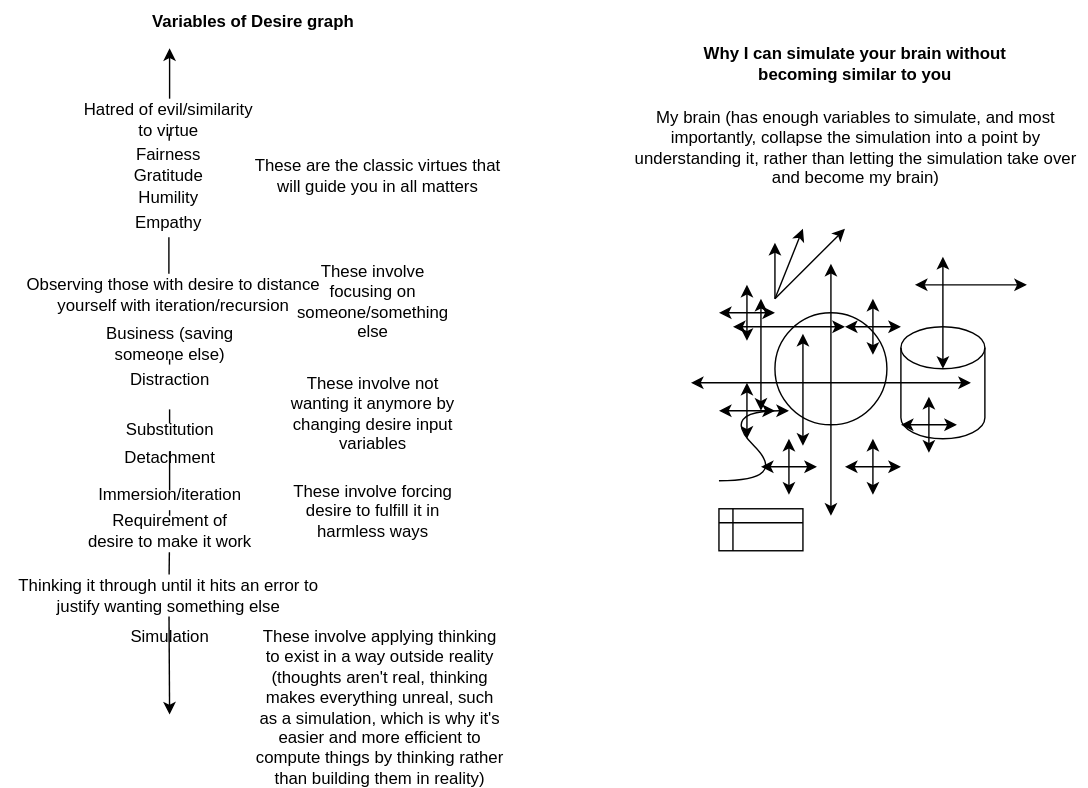
The draw.io diagram docs/objects/virtue_graph.drawio.svg in outdreamer/build-a-cure, before a commit. Source tidied: cells renumbered, new cells last; positions are measured from the earlier drawing's top-left corner, leaving out a move shared by most shapes.
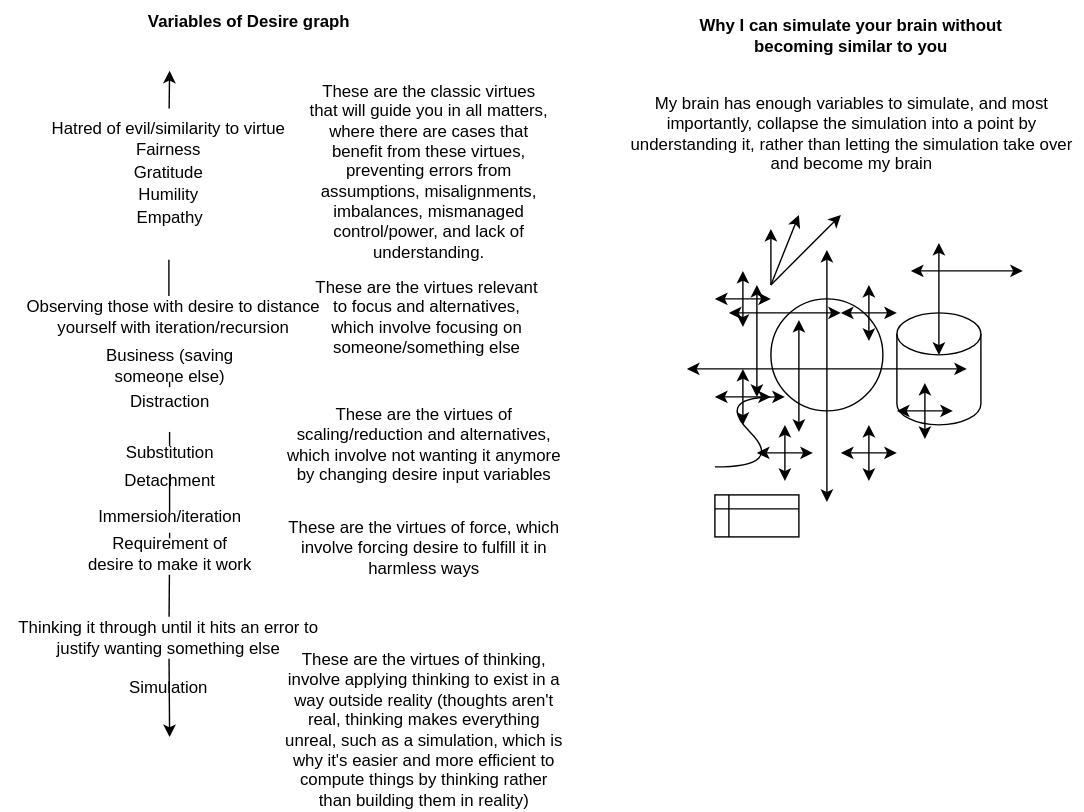
The same file after the commit.

The edit, as a diff of the source:
```diff
@@ -8,14 +8,16 @@
     <mxCell id="3" style="ellipse;whiteSpace=wrap;html=1;" parent="1" vertex="1">
       <mxGeometry x="553" y="223" width="80" height="80" as="geometry" />
     </mxCell>
-    <mxCell id="4" style="endArrow=classic;startArrow=none;html=1;rounded=0;entryX=0.16;entryY=1.133;entryDx=0;entryDy=0;entryPerimeter=0;" parent="1" edge="1" source="59" target="34">
-      <mxGeometry relative="1" as="geometry" />
+    <mxCell id="4" style="endArrow=classic;startArrow=none;html=1;rounded=0;entryX=0.16;entryY=1.133;entryDx=0;entryDy=0;entryPerimeter=0;" parent="1" edge="1" source="59">
+      <mxGeometry relative="1" as="geometry">
+        <mxPoint x="123.5" y="60" as="targetPoint" />
+      </mxGeometry>
     </mxCell>
     <mxCell id="5" value="Gratitude" style="text;html=1;strokeColor=none;fillColor=none;align=center;verticalAlign=middle;whiteSpace=wrap;rounded=0;" parent="1" vertex="1">
-      <mxGeometry x="90" y="110" width="60" height="30" as="geometry" />
+      <mxGeometry x="93" y="118" width="60" height="30" as="geometry" />
     </mxCell>
     <mxCell id="6" value="Detachment" style="text;html=1;strokeColor=none;fillColor=none;align=center;verticalAlign=middle;whiteSpace=wrap;rounded=0;" parent="1" vertex="1">
-      <mxGeometry x="90.5" y="312" width="60" height="30" as="geometry" />
+      <mxGeometry x="93.5" y="338" width="60" height="30" as="geometry" />
     </mxCell>
     <mxCell id="7" style="endArrow=classic;startArrow=classic;html=1;rounded=0;" parent="1" edge="1">
       <mxGeometry relative="1" as="geometry">
@@ -172,98 +174,100 @@
         <mxPoint x="553" y="173" as="targetPoint" />
       </mxGeometry>
     </mxCell>
-    <mxCell id="33" value="My brain (has enough variables to simulate, and most importantly, collapse the simulation into a point by understanding it, rather than letting the simulation take over and become my brain)" style="text;html=1;strokeColor=none;fillColor=none;align=center;verticalAlign=middle;whiteSpace=wrap;rounded=0;" parent="1" vertex="1">
+    <mxCell id="33" value="My brain has enough variables to simulate, and most importantly, collapse the simulation into a point by understanding it, rather than letting the simulation take over and become my brain" style="text;html=1;strokeColor=none;fillColor=none;align=center;verticalAlign=middle;whiteSpace=wrap;rounded=0;" parent="1" vertex="1">
       <mxGeometry x="445.5" y="90" width="330" height="30" as="geometry" />
     </mxCell>
     <mxCell id="34" value="Variables of Desire graph" style="text;html=1;strokeColor=none;fillColor=none;align=center;verticalAlign=middle;whiteSpace=wrap;rounded=0;fontStyle=1;" parent="1" vertex="1">
-      <mxGeometry x="92.5" width="175" height="30" as="geometry" />
+      <mxGeometry x="93" y="10" width="175" height="30" as="geometry" />
     </mxCell>
     <mxCell id="35" value="Distraction" style="text;html=1;strokeColor=none;fillColor=none;align=center;verticalAlign=middle;whiteSpace=wrap;rounded=0;" parent="1" vertex="1">
-      <mxGeometry x="90.5" y="256" width="60" height="30" as="geometry" />
+      <mxGeometry x="93.5" y="282" width="60" height="30" as="geometry" />
     </mxCell>
     <mxCell id="36" style="endArrow=none;startArrow=none;html=1;rounded=0;" parent="1" edge="1" source="37">
       <mxGeometry relative="1" as="geometry">
-        <mxPoint x="120.5" y="302" as="targetPoint" />
+        <mxPoint x="123.5" y="328" as="targetPoint" />
       </mxGeometry>
     </mxCell>
     <mxCell id="37" value="Substitution" style="text;html=1;strokeColor=none;fillColor=none;align=center;verticalAlign=middle;whiteSpace=wrap;rounded=0;" parent="1" vertex="1">
-      <mxGeometry x="90.5" y="292" width="60" height="30" as="geometry" />
+      <mxGeometry x="93.5" y="318" width="60" height="30" as="geometry" />
     </mxCell>
     <mxCell id="38" style="endArrow=none;startArrow=none;html=1;rounded=0;" parent="1" edge="1" target="37">
       <mxGeometry relative="1" as="geometry">
-        <mxPoint x="120.5" y="350" as="sourcePoint" />
+        <mxPoint x="123.5" y="376" as="sourcePoint" />
       </mxGeometry>
     </mxCell>
     <mxCell id="39" value="Humility" style="text;html=1;strokeColor=none;fillColor=none;align=center;verticalAlign=middle;whiteSpace=wrap;rounded=0;" parent="1" vertex="1">
-      <mxGeometry x="90" y="126" width="60" height="30" as="geometry" />
+      <mxGeometry x="93" y="134" width="60" height="30" as="geometry" />
     </mxCell>
     <mxCell id="40" value="Simulation" style="text;html=1;strokeColor=none;fillColor=none;align=center;verticalAlign=middle;whiteSpace=wrap;rounded=0;" parent="1" vertex="1">
-      <mxGeometry x="90.5" y="440" width="60" height="30" as="geometry" />
+      <mxGeometry x="93" y="486" width="60" height="30" as="geometry" />
     </mxCell>
     <mxCell id="41" value="Immersion/iteration" style="text;html=1;strokeColor=none;fillColor=none;align=center;verticalAlign=middle;whiteSpace=wrap;rounded=0;" parent="1" vertex="1">
-      <mxGeometry x="90.5" y="338" width="60" height="30" as="geometry" />
+      <mxGeometry x="93.5" y="364" width="60" height="30" as="geometry" />
     </mxCell>
     <mxCell id="42" style="endArrow=none;startArrow=none;html=1;rounded=0;" parent="1" edge="1" source="51" target="41">
       <mxGeometry relative="1" as="geometry" />
     </mxCell>
     <mxCell id="43" value="Business (saving someone else)" style="text;html=1;strokeColor=none;fillColor=none;align=center;verticalAlign=middle;whiteSpace=wrap;rounded=0;" parent="1" vertex="1">
-      <mxGeometry x="70.5" y="230" width="100" height="30" as="geometry" />
+      <mxGeometry x="73.5" y="256" width="100" height="30" as="geometry" />
     </mxCell>
     <mxCell id="44" style="endArrow=none;startArrow=none;html=1;rounded=0;" parent="1" edge="1" source="35" target="43">
       <mxGeometry relative="1" as="geometry" />
     </mxCell>
     <mxCell id="45" value="Observing those with desire to distance yourself with iteration/recursion" style="text;html=1;strokeColor=none;fillColor=none;align=center;verticalAlign=middle;whiteSpace=wrap;rounded=0;" parent="1" vertex="1">
-      <mxGeometry x="5.5" y="195" width="235" height="30" as="geometry" />
+      <mxGeometry x="8.5" y="221" width="235" height="30" as="geometry" />
     </mxCell>
-    <mxCell id="46" value="These involve focusing on someone/something else" style="text;html=1;strokeColor=none;fillColor=none;align=center;verticalAlign=middle;whiteSpace=wrap;rounded=0;" parent="1" vertex="1">
-      <mxGeometry x="211.8" y="200" width="107.5" height="30" as="geometry" />
+    <mxCell id="46" value="These are the virtues relevant to focus and alternatives, which involve focusing on someone/something else" style="text;html=1;strokeColor=none;fillColor=none;align=center;verticalAlign=middle;whiteSpace=wrap;rounded=0;" parent="1" vertex="1">
+      <mxGeometry x="227.2" y="221" width="161.2" height="30" as="geometry" />
     </mxCell>
-    <mxCell id="47" value="These involve not wanting it anymore by changing desire input variables" style="text;html=1;strokeColor=none;fillColor=none;align=center;verticalAlign=middle;whiteSpace=wrap;rounded=0;" parent="1" vertex="1">
-      <mxGeometry x="200.5" y="280" width="130" height="30" as="geometry" />
+    <mxCell id="47" value="These are the virtues of scaling/reduction and alternatives, which involve not wanting it anymore by changing desire input variables" style="text;html=1;strokeColor=none;fillColor=none;align=center;verticalAlign=middle;whiteSpace=wrap;rounded=0;" parent="1" vertex="1">
+      <mxGeometry x="203.5" y="312" width="202.5" height="30" as="geometry" />
     </mxCell>
     <mxCell id="48" value="Empathy" style="text;html=1;strokeColor=none;fillColor=none;align=center;verticalAlign=middle;whiteSpace=wrap;rounded=0;" parent="1" vertex="1">
-      <mxGeometry x="90" y="144" width="60" height="30" as="geometry" />
+      <mxGeometry x="93.5" y="150" width="60" height="30" as="geometry" />
     </mxCell>
     <mxCell id="49" style="endArrow=none;startArrow=none;html=1;rounded=0;" parent="1" edge="1">
       <mxGeometry relative="1" as="geometry">
-        <mxPoint x="120" y="195" as="sourcePoint" />
-        <mxPoint x="120" y="169" as="targetPoint" />
+        <mxPoint x="123" y="221" as="sourcePoint" />
+        <mxPoint x="123" y="195" as="targetPoint" />
       </mxGeometry>
     </mxCell>
-    <mxCell id="50" value="These are the classic virtues that will guide you in all matters" style="text;html=1;strokeColor=none;fillColor=none;align=center;verticalAlign=middle;whiteSpace=wrap;rounded=0;" parent="1" vertex="1">
-      <mxGeometry x="176.8" y="110" width="185" height="30" as="geometry" />
+    <mxCell id="50" value="These are the classic virtues that will guide you in all matters, where there are cases that benefit from these virtues, preventing errors from assumptions, misalignments, imbalances, mismanaged control/power, and lack of understanding." style="text;html=1;strokeColor=none;fillColor=none;align=center;verticalAlign=middle;whiteSpace=wrap;rounded=0;" parent="1" vertex="1">
+      <mxGeometry x="221.8" y="117" width="174.2" height="30" as="geometry" />
     </mxCell>
     <mxCell id="51" value="Requirement of desire to make it work" style="text;html=1;strokeColor=none;fillColor=none;align=center;verticalAlign=middle;whiteSpace=wrap;rounded=0;" parent="1" vertex="1">
-      <mxGeometry x="60.5" y="364" width="120" height="30" as="geometry" />
+      <mxGeometry x="63.5" y="390" width="120" height="30" as="geometry" />
     </mxCell>
     <mxCell id="52" style="endArrow=none;startArrow=none;html=1;rounded=0;" parent="1" edge="1" source="54" target="51">
       <mxGeometry relative="1" as="geometry" />
     </mxCell>
-    <mxCell id="53" value="These involve forcing desire to fulfill it in harmless ways" style="text;html=1;strokeColor=none;fillColor=none;align=center;verticalAlign=middle;whiteSpace=wrap;rounded=0;" parent="1" vertex="1">
-      <mxGeometry x="200.5" y="350" width="130" height="30" as="geometry" />
+    <mxCell id="53" value="These are the virtues of force, which involve forcing desire to fulfill it in harmless ways" style="text;html=1;strokeColor=none;fillColor=none;align=center;verticalAlign=middle;whiteSpace=wrap;rounded=0;" parent="1" vertex="1">
+      <mxGeometry x="193.5" y="386" width="222.5" height="30" as="geometry" />
     </mxCell>
     <mxCell id="54" value="Thinking it through until it hits an error to justify wanting something else" style="text;html=1;strokeColor=none;fillColor=none;align=center;verticalAlign=middle;whiteSpace=wrap;rounded=0;" parent="1" vertex="1">
-      <mxGeometry y="410" width="240" height="30" as="geometry" />
+      <mxGeometry x="3" y="450" width="240" height="30" as="geometry" />
     </mxCell>
     <mxCell id="55" style="endArrow=none;startArrow=classic;html=1;rounded=0;" parent="1" edge="1" target="54">
       <mxGeometry relative="1" as="geometry">
-        <mxPoint x="120.5" y="510" as="sourcePoint" />
+        <mxPoint x="123.5" y="536" as="sourcePoint" />
       </mxGeometry>
     </mxCell>
     <mxCell id="56" value="Fairness" style="text;html=1;strokeColor=none;fillColor=none;align=center;verticalAlign=middle;whiteSpace=wrap;rounded=0;" parent="1" vertex="1">
-      <mxGeometry x="90" y="95" width="60" height="30" as="geometry" />
+      <mxGeometry x="93" y="102" width="60" height="30" as="geometry" />
     </mxCell>
-    <mxCell id="57" value="These involve applying thinking to exist in a way outside reality (thoughts aren't real, thinking makes everything unreal, such as a simulation, which is why it's easier and more efficient to compute things by thinking rather than building them in reality)" style="text;html=1;strokeColor=none;fillColor=none;align=center;verticalAlign=middle;whiteSpace=wrap;rounded=0;" parent="1" vertex="1">
-      <mxGeometry x="180.5" y="490" width="180" height="30" as="geometry" />
+    <mxCell id="57" value="These are the virtues of thinking, involve applying thinking to exist in a way outside reality (thoughts aren't real, thinking makes everything unreal, such as a simulation, which is why it's easier and more efficient to compute things by thinking rather than building them in reality)" style="text;html=1;strokeColor=none;fillColor=none;align=center;verticalAlign=middle;whiteSpace=wrap;rounded=0;" parent="1" vertex="1">
+      <mxGeometry x="203.5" y="516" width="202.5" height="30" as="geometry" />
     </mxCell>
     <mxCell id="58" value="Why I can simulate your brain without becoming similar to you" style="text;html=1;strokeColor=none;fillColor=none;align=center;verticalAlign=middle;whiteSpace=wrap;rounded=0;fontStyle=1;" parent="1" vertex="1">
-      <mxGeometry x="493" y="30" width="235" height="30" as="geometry" />
+      <mxGeometry x="493" y="20" width="235" height="30" as="geometry" />
     </mxCell>
     <mxCell id="59" value="Hatred of evil/similarity to virtue" style="text;html=1;strokeColor=none;fillColor=none;align=center;verticalAlign=middle;whiteSpace=wrap;rounded=0;" parent="1" vertex="1">
-      <mxGeometry x="52.4" y="70" width="136.2" height="30" as="geometry" />
+      <mxGeometry x="24.2" y="87" width="197.6" height="30" as="geometry" />
     </mxCell>
-    <mxCell id="60" style="endArrow=none;startArrow=none;html=1;rounded=0;" parent="1" edge="1" source="56" target="59">
-      <mxGeometry relative="1" as="geometry" />
+    <mxCell id="60" style="endArrow=none;startArrow=none;html=1;rounded=0;" parent="1" edge="1" source="56">
+      <mxGeometry relative="1" as="geometry">
+        <mxPoint x="123" y="105" as="targetPoint" />
+      </mxGeometry>
     </mxCell>
   </root>
 </mxGraphModel>
```
